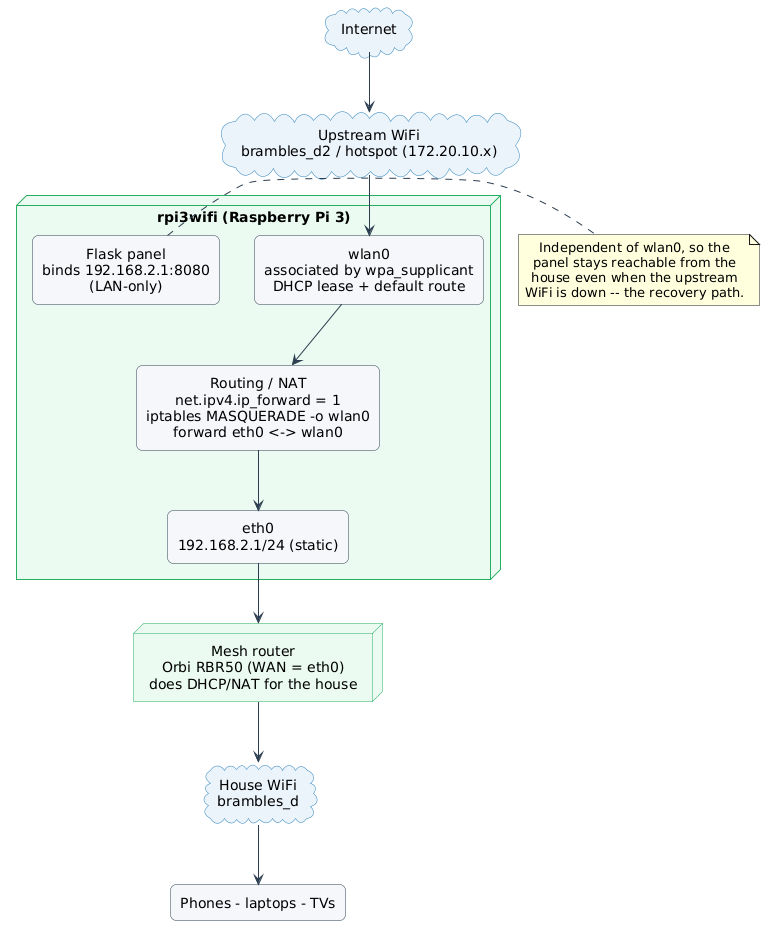
The PlantUML diagram docs/diagrams/architecture-topology.png in calapor/networkswitcher, before a commit. Source of this version:
```plantuml
@startuml
skinparam shadowing false
skinparam defaultTextAlignment center
skinparam ArrowColor #2c3e50
skinparam rectangle {
  RoundCorner 12
  BorderColor #2c3e50
  BackgroundColor #f5f7fa
}
skinparam cloud {
  BorderColor #2980b9
  BackgroundColor #eaf2fb
}
skinparam node {
  BorderColor #27ae60
  BackgroundColor #eafaf1
}

cloud "Internet" as inet
cloud "Upstream WiFi\nbrambles_d2 / hotspot (172.20.10.x)" as up

node "rpi3wifi (Raspberry Pi 3)" as pi {
  rectangle "wlan0\nassociated by wpa_supplicant\nDHCP lease + default route" as wlan0
  rectangle "Routing / NAT\nnet.ipv4.ip_forward = 1\niptables MASQUERADE -o wlan0\nforward eth0 <-> wlan0" as nat
  rectangle "Flask panel\nbinds 192.168.2.1:8080\n(LAN-only)" as panel
  rectangle "eth0\n192.168.2.1/24 (static)" as eth0
}

node "Mesh router\nOrbi RBR50 (WAN = eth0)\ndoes DHCP/NAT for the house" as orbi
cloud "House WiFi\nbrambles_d" as house
rectangle "Phones - laptops - TVs" as devices

inet --> up
up --> wlan0
wlan0 --> nat
nat --> eth0
panel -[hidden]- nat
eth0 --> orbi
orbi --> house
house --> devices

note right of panel
  Independent of wlan0, so the
  panel stays reachable from the
  house even when the upstream
  WiFi is down -- the recovery path.
end note
@enduml
```
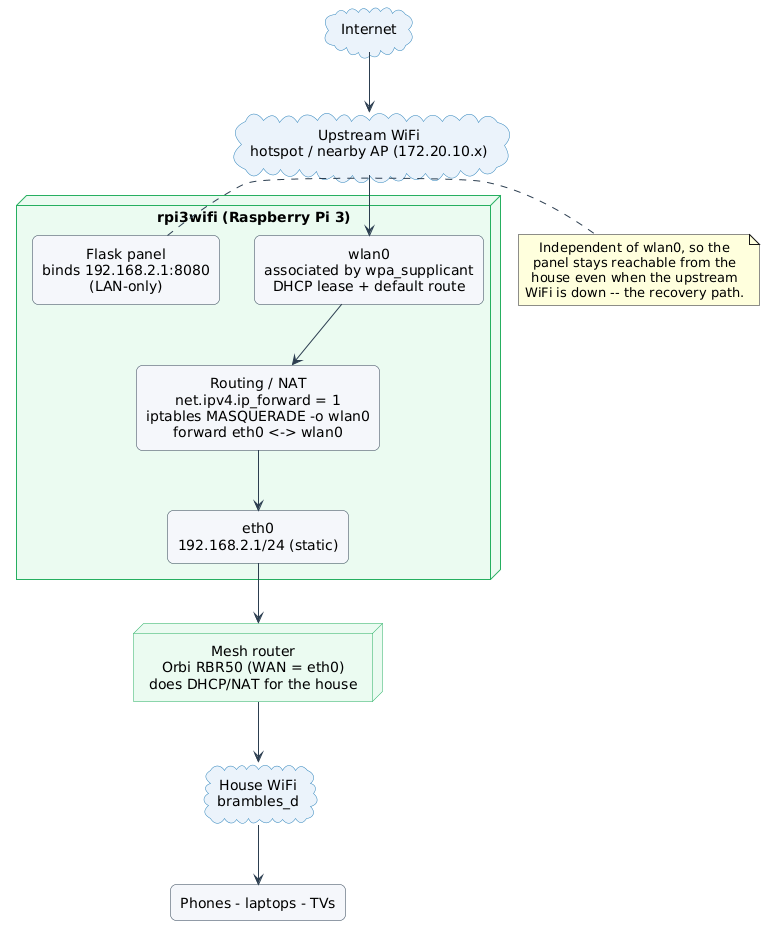
Later version of the same file.

Commit message:
Rename upstream SSID to generic hotspot in diagrams

Change to the diagram source:
```diff
@@ -17,7 +17,7 @@
 }
 
 cloud "Internet" as inet
-cloud "Upstream WiFi\nbrambles_d2 / hotspot (172.20.10.x)" as up
+cloud "Upstream WiFi\nhotspot / nearby AP (172.20.10.x)" as up
 
 node "rpi3wifi (Raspberry Pi 3)" as pi {
   rectangle "wlan0\nassociated by wpa_supplicant\nDHCP lease + default route" as wlan0
```
